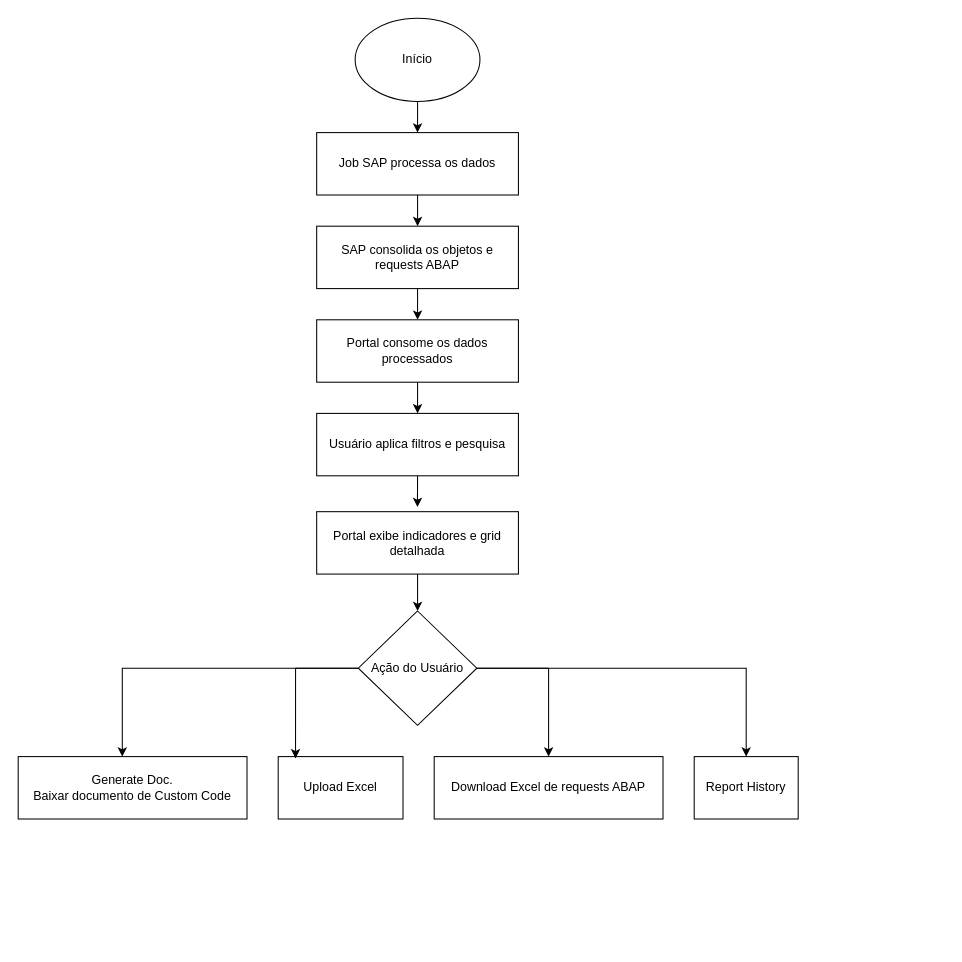
Above: Fluxograma Objects Remediation.drawio in CamilleGFAlmeida/Fluxograma-ObjectsRemediation (draw.io), before the change. Source tidied: cells renumbered, new cells numbered last; positions are measured from the earlier drawing's top-left corner, leaving out a move shared by most shapes. Both pictures are drawn from the tidied source at 104%, with x=0, y=0 at pixel (18, 18).
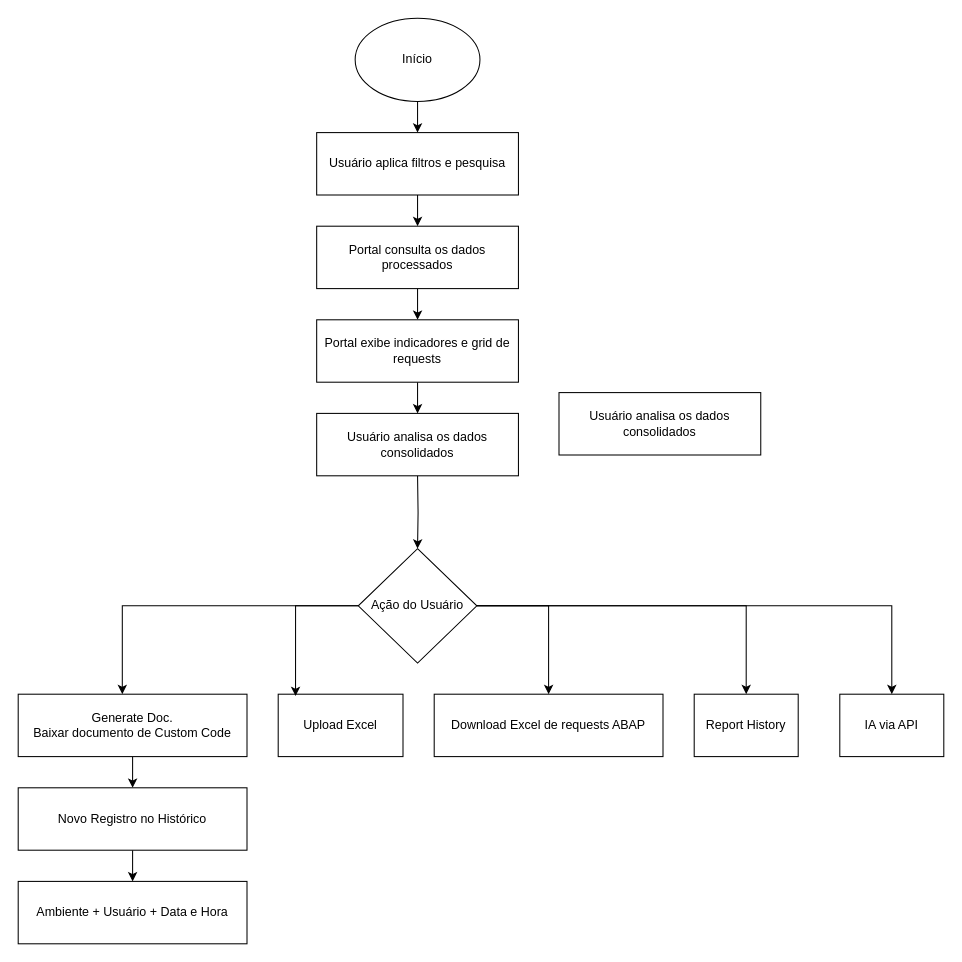
After the change.

Change to the diagram source:
```diff
@@
-    <mxCell id="5" value="Job SAP processa os dados" style="rounded=0;whiteSpace=wrap;html=1;" parent="1" vertex="1">
+    <mxCell id="5" value="Usuário aplica filtros e pesquisa" style="rounded=0;whiteSpace=wrap;html=1;" parent="1" vertex="1">
       <mxGeometry x="287" y="110" width="194" height="60" as="geometry" />
     </mxCell>
@@
-    <mxCell id="7" value="SAP consolida os objetos e requests ABAP" style="rounded=0;whiteSpace=wrap;html=1;" parent="1" vertex="1">
+    <mxCell id="7" value="Portal consulta os dados processados" style="rounded=0;whiteSpace=wrap;html=1;" parent="1" vertex="1">
       <mxGeometry x="287" y="200" width="194" height="60" as="geometry" />
     </mxCell>
-    <mxCell id="8" style="edgeStyle=orthogonalEdgeStyle;rounded=0;jettySize=auto;html=1;exitX=0.5;exitY=1;exitDx=0;exitDy=0;entryX=0.5;entryY=0;entryDx=0;entryDy=0;" parent="1" edge="1" source="9" target="11">
-      <mxGeometry relative="1" as="geometry" />
-    </mxCell>
+    <mxCell id="23" style="edgeStyle=orthogonalEdgeStyle;rounded=0;jettySize=auto;html=1;exitX=0.5;exitY=1;exitDx=0;exitDy=0;entryX=0.5;entryY=0;entryDx=0;entryDy=0;" parent="1" edge="1" source="9" target="13">
+      <mxGeometry relative="1" as="geometry" />
+    </mxCell>
-    <mxCell id="9" value="Portal consome os dados processados" style="rounded=0;whiteSpace=wrap;html=1;" parent="1" vertex="1">
+    <mxCell id="9" value="Portal exibe indicadores e grid de requests" style="rounded=0;whiteSpace=wrap;html=1;" parent="1" vertex="1">
       <mxGeometry x="287" y="290" width="194" height="60" as="geometry" />
     </mxCell>
-    <mxCell id="10" style="edgeStyle=orthogonalEdgeStyle;rounded=0;jettySize=auto;html=1;exitX=0.5;exitY=1;exitDx=0;exitDy=0;" parent="1" edge="1" source="11">
+    <mxCell id="10" style="edgeStyle=orthogonalEdgeStyle;rounded=0;jettySize=auto;html=1;exitX=0.5;exitY=1;exitDx=0;exitDy=0;entryX=0.5;entryY=0;entryDx=0;entryDy=0;" parent="1" edge="1" target="16">
       <mxGeometry relative="1" as="geometry">
-        <mxPoint x="383.9" y="470" as="targetPoint" />
+        <mxPoint x="384" y="440" as="sourcePoint" />
       </mxGeometry>
     </mxCell>
-    <mxCell id="11" value="Usuário aplica filtros e pesquisa" style="rounded=0;whiteSpace=wrap;html=1;" parent="1" vertex="1">
-      <mxGeometry x="287" y="380" width="194" height="60" as="geometry" />
-    </mxCell>
-    <mxCell id="12" style="edgeStyle=orthogonalEdgeStyle;rounded=0;jettySize=auto;html=1;exitX=0.5;exitY=1;exitDx=0;exitDy=0;entryX=0.5;entryY=0;entryDx=0;entryDy=0;" parent="1" edge="1" source="13" target="16">
-      <mxGeometry relative="1" as="geometry" />
-    </mxCell>
-    <mxCell id="13" value="Portal exibe indicadores e grid detalhada" style="rounded=0;whiteSpace=wrap;html=1;" parent="1" vertex="1">
-      <mxGeometry x="287" y="474.5" width="194" height="60" as="geometry" />
+    <mxCell id="13" value="Usuário analisa os dados consolidados" style="rounded=0;whiteSpace=wrap;html=1;" parent="1" vertex="1">
+      <mxGeometry x="287" y="380" width="194" height="60" as="geometry" />
     </mxCell>
@@
+    <mxCell id="24" style="edgeStyle=orthogonalEdgeStyle;rounded=0;jettySize=auto;html=1;exitX=1;exitY=0.5;exitDx=0;exitDy=0;entryX=0.5;entryY=0;entryDx=0;entryDy=0;" parent="1" edge="1" source="16" target="26">
+      <mxGeometry relative="1" as="geometry" />
+    </mxCell>
     <mxCell id="16" value="Ação do Usuário" style="rhombus;whiteSpace=wrap;html=1;" parent="1" vertex="1">
-      <mxGeometry x="327" y="570" width="114" height="110" as="geometry" />
+      <mxGeometry x="327" y="510" width="114" height="110" as="geometry" />
     </mxCell>
+    <mxCell id="25" style="edgeStyle=orthogonalEdgeStyle;rounded=0;jettySize=auto;html=1;exitX=0.5;exitY=1;exitDx=0;exitDy=0;entryX=0.5;entryY=0;entryDx=0;entryDy=0;" parent="1" edge="1" source="17" target="28">
+      <mxGeometry relative="1" as="geometry" />
+    </mxCell>
     <mxCell id="17" value="Generate Doc.&lt;div&gt;Baixar documento de Custom Code&lt;/div&gt;" style="rounded=0;whiteSpace=wrap;html=1;" parent="1" vertex="1">
-      <mxGeometry y="710" width="220" height="60" as="geometry" />
+      <mxGeometry y="650" width="220" height="60" as="geometry" />
     </mxCell>
     <mxCell id="18" value="Upload Excel" style="rounded=0;whiteSpace=wrap;html=1;" parent="1" vertex="1">
-      <mxGeometry x="250" y="710" width="120" height="60" as="geometry" />
+      <mxGeometry x="250" y="650" width="120" height="60" as="geometry" />
     </mxCell>
     <mxCell id="19" value="Download Excel de requests ABAP" style="rounded=0;whiteSpace=wrap;html=1;" parent="1" vertex="1">
-      <mxGeometry x="400" y="710" width="220" height="60" as="geometry" />
+      <mxGeometry x="400" y="650" width="220" height="60" as="geometry" />
     </mxCell>
     <mxCell id="20" value="Report History" style="rounded=0;whiteSpace=wrap;html=1;" parent="1" vertex="1">
-      <mxGeometry x="650" y="710" width="100" height="60" as="geometry" />
+      <mxGeometry x="650" y="650" width="100" height="60" as="geometry" />
     </mxCell>
@@
+    <mxCell id="26" value="IA via API" style="rounded=0;whiteSpace=wrap;html=1;" parent="1" vertex="1">
+      <mxGeometry x="790" y="650" width="100" height="60" as="geometry" />
+    </mxCell>
+    <mxCell id="27" style="edgeStyle=orthogonalEdgeStyle;rounded=0;jettySize=auto;html=1;exitX=0.5;exitY=1;exitDx=0;exitDy=0;" parent="1" edge="1" source="28" target="29">
+      <mxGeometry relative="1" as="geometry" />
+    </mxCell>
+    <mxCell id="28" value="Novo Registro no Histórico" style="rounded=0;whiteSpace=wrap;html=1;" parent="1" vertex="1">
+      <mxGeometry y="740" width="220" height="60" as="geometry" />
+    </mxCell>
+    <mxCell id="29" value="Ambiente + Usuário + Data e Hora" style="rounded=0;whiteSpace=wrap;html=1;" parent="1" vertex="1">
+      <mxGeometry y="830" width="220" height="60" as="geometry" />
+    </mxCell>
+    <mxCell id="30" value="Usuário analisa os dados consolidados" style="rounded=0;whiteSpace=wrap;html=1;" parent="1" vertex="1">
+      <mxGeometry x="520" y="360" width="194" height="60" as="geometry" />
+    </mxCell>
```
